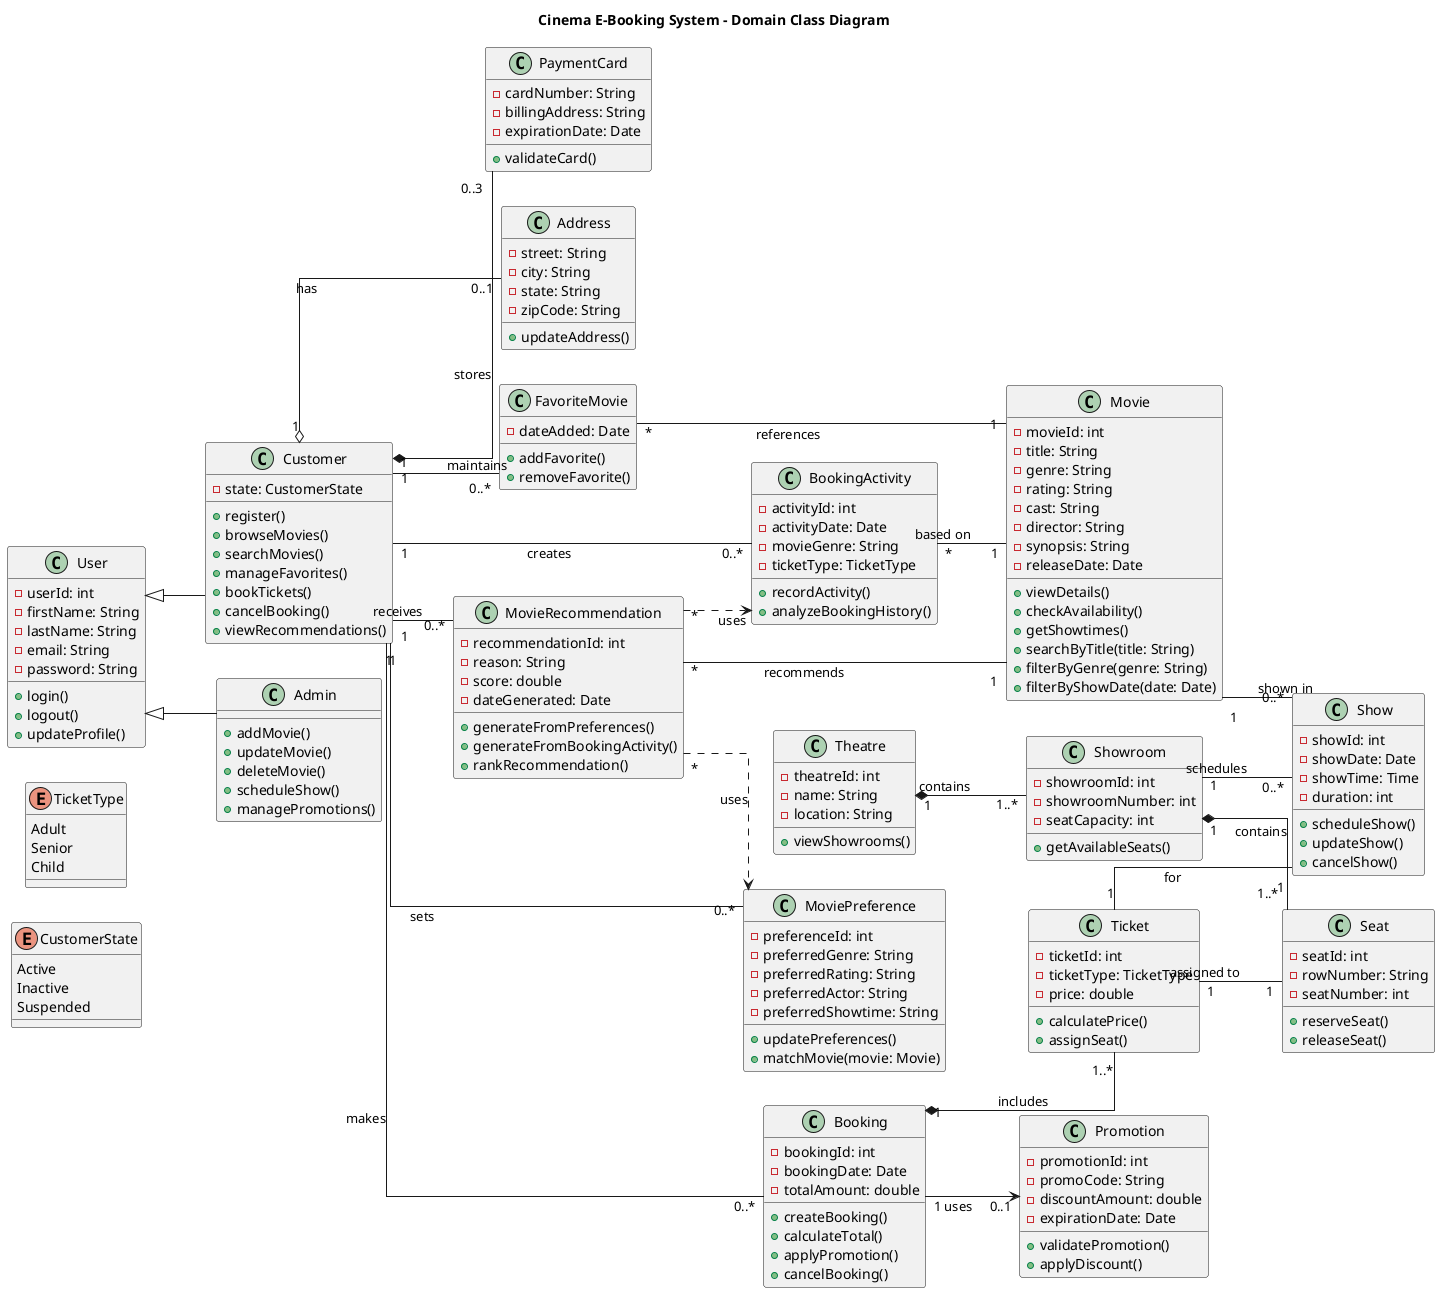
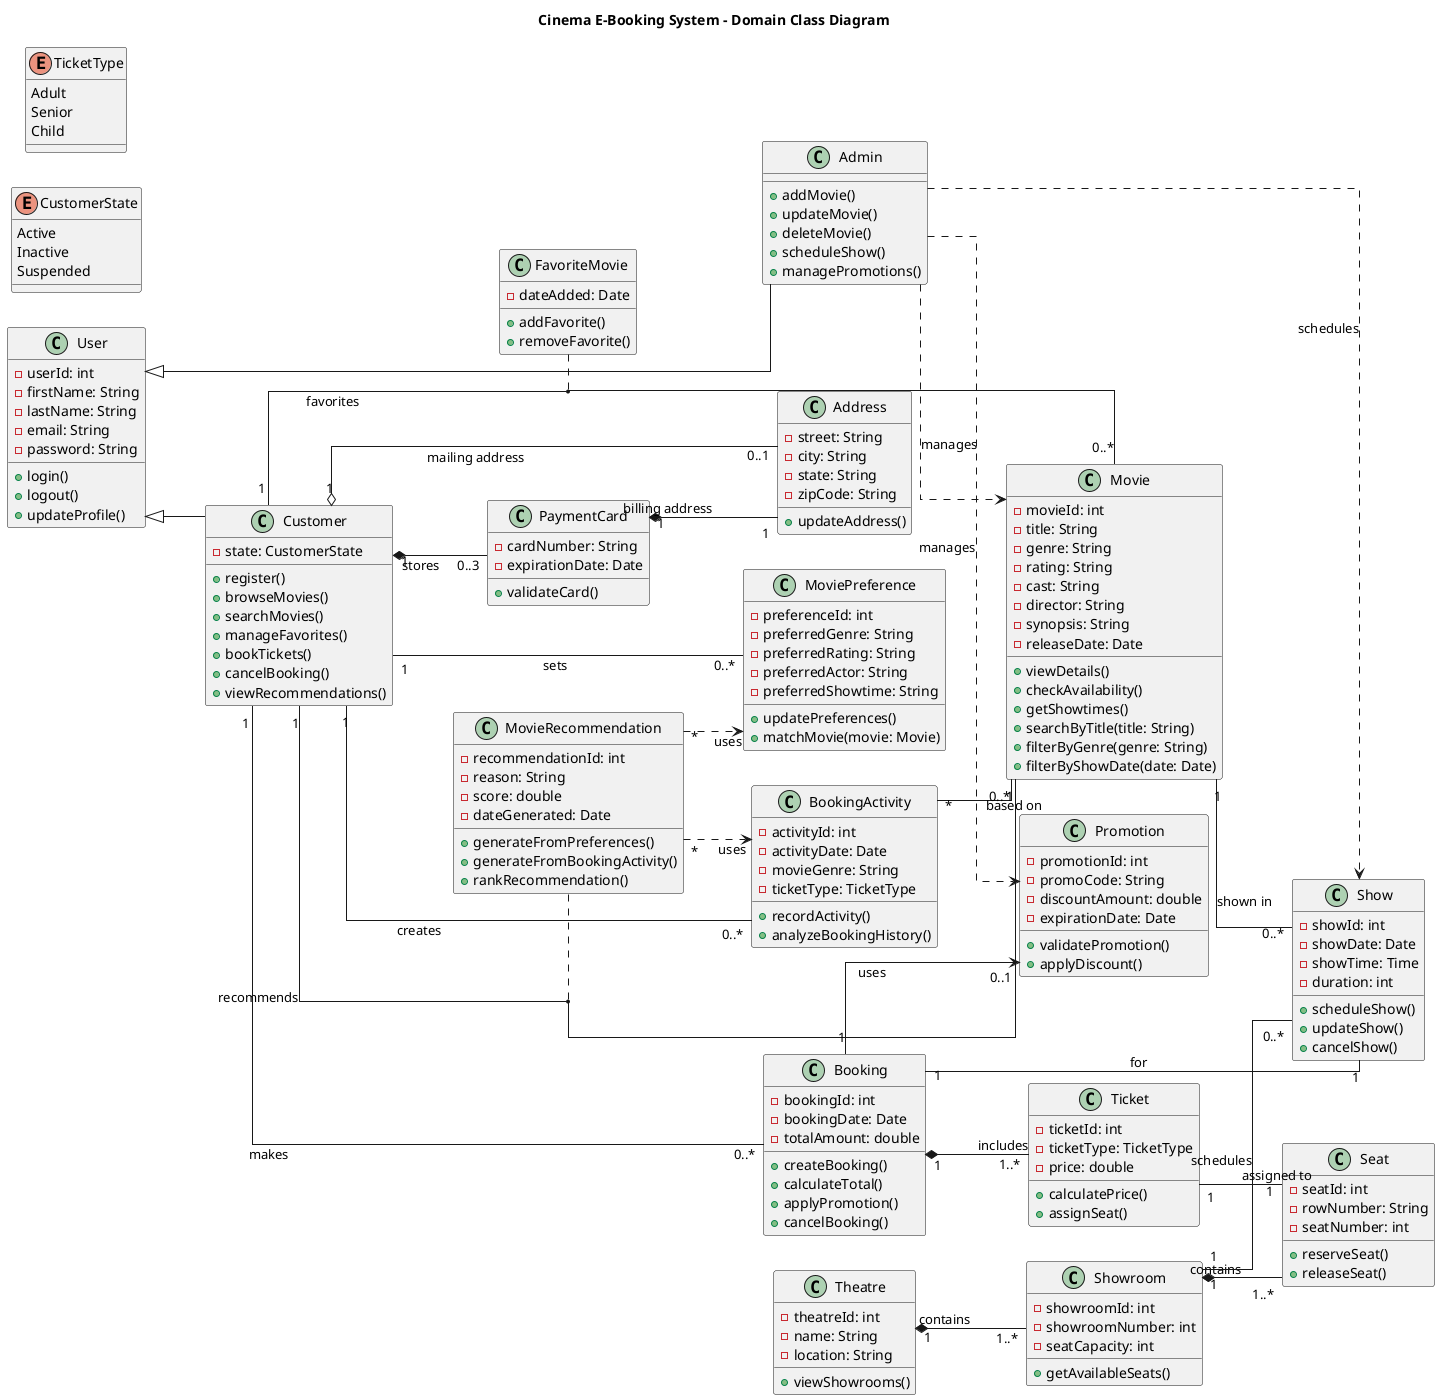
@startuml
title Cinema E-Booking System - Domain Class Diagram

left to right direction
skinparam linetype ortho

enum CustomerState {
  Active
  Inactive
  Suspended
}

enum TicketType {
  Adult
  Senior
  Child
}

class User {
  - userId: int
  - firstName: String
  - lastName: String
  - email: String
  - password: String
  + login()
  + logout()
  + updateProfile()
}

class Customer {
  - state: CustomerState
  + register()
  + browseMovies()
  + searchMovies()
  + manageFavorites()
  + bookTickets()
  + cancelBooking()
  + viewRecommendations()
}

class Admin {
  + addMovie()
  + updateMovie()
  + deleteMovie()
  + scheduleShow()
  + managePromotions()
}

User <|-- Customer
User <|-- Admin

class PaymentCard {
  - cardNumber: String
-   - billingAddress: String
  - expirationDate: Date
  + validateCard()
}

class Address {
  - street: String
  - city: String
  - state: String
  - zipCode: String
  + updateAddress()
}

Customer "1" *-- "0..3" PaymentCard : stores
- Customer "1" o-- "0..1" Address : has
+ Customer "1" o-- "0..1" Address : mailing address
+ PaymentCard "1" *-- "1" Address : billing address

class Movie {
  - movieId: int
  - title: String
  - genre: String
  - rating: String
  - cast: String
  - director: String
  - synopsis: String
  - releaseDate: Date
  + viewDetails()
  + checkAvailability()
  + getShowtimes()
  + searchByTitle(title: String)
  + filterByGenre(genre: String)
  + filterByShowDate(date: Date)
}

+ ' modeled as an association class since a favorite is really
+ ' a link between one customer and one movie, plus the date added
class FavoriteMovie {
  - dateAdded: Date
  + addFavorite()
  + removeFavorite()
}

- Customer "1" -- "0..*" FavoriteMovie : maintains
- FavoriteMovie "*" -- "1" Movie : references
+ Customer "1" -- "0..*" Movie : favorites
+ (Customer, Movie) .. FavoriteMovie

class MoviePreference {
  - preferenceId: int
  - preferredGenre: String
  - preferredRating: String
  - preferredActor: String
  - preferredShowtime: String
  + updatePreferences()
  + matchMovie(movie: Movie)
}

class BookingActivity {
  - activityId: int
  - activityDate: Date
  - movieGenre: String
  - ticketType: TicketType
  + recordActivity()
  + analyzeBookingHistory()
}

class MovieRecommendation {
  - recommendationId: int
  - reason: String
  - score: double
  - dateGenerated: Date
  + generateFromPreferences()
  + generateFromBookingActivity()
  + rankRecommendation()
}

Customer "1" -- "0..*" MoviePreference : sets
Customer "1" -- "0..*" BookingActivity : creates
- Customer "1" -- "0..*" MovieRecommendation : receives

BookingActivity "*" -- "1" Movie : based on
- MovieRecommendation "*" -- "1" Movie : recommends
+ 
+ ' recommendation also modeled as an association class, tying one
+ ' customer's recommendation to one specific movie
+ Customer "1" -- "0..*" Movie : recommends
+ (Customer, Movie) .. MovieRecommendation
+ 
MovieRecommendation "*" ..> MoviePreference : uses
MovieRecommendation "*" ..> BookingActivity : uses

class Theatre {
  - theatreId: int
  - name: String
  - location: String
  + viewShowrooms()
}

class Showroom {
  - showroomId: int
  - showroomNumber: int
  - seatCapacity: int
  + getAvailableSeats()
}

class Seat {
  - seatId: int
  - rowNumber: String
  - seatNumber: int
  + reserveSeat()
  + releaseSeat()
}

Theatre "1" *-- "1..*" Showroom : contains
Showroom "1" *-- "1..*" Seat : contains

class Show {
  - showId: int
  - showDate: Date
  - showTime: Time
  - duration: int
  + scheduleShow()
  + updateShow()
  + cancelShow()
}

Movie "1" -- "0..*" Show : shown in
Showroom "1" -- "0..*" Show : schedules

class Booking {
  - bookingId: int
  - bookingDate: Date
  - totalAmount: double
  + createBooking()
  + calculateTotal()
  + applyPromotion()
  + cancelBooking()
}

class Ticket {
  - ticketId: int
  - ticketType: TicketType
  - price: double
  + calculatePrice()
  + assignSeat()
}

class Promotion {
  - promotionId: int
  - promoCode: String
  - discountAmount: double
  - expirationDate: Date
  + validatePromotion()
  + applyDiscount()
}

Customer "1" -- "0..*" Booking : makes
+ ' all tickets in a booking share one showtime, so the show
+ ' belongs to the booking rather than to each individual ticket
+ Booking "1" -- "1" Show : for
Booking "1" *-- "1..*" Ticket : includes
- Ticket "1" -- "1" Show : for
Ticket "1" -- "1" Seat : assigned to
Booking "1" --> "0..1" Promotion : uses

+ Admin ..> Movie : manages
+ Admin ..> Show : schedules
+ Admin ..> Promotion : manages
+ 
@enduml
